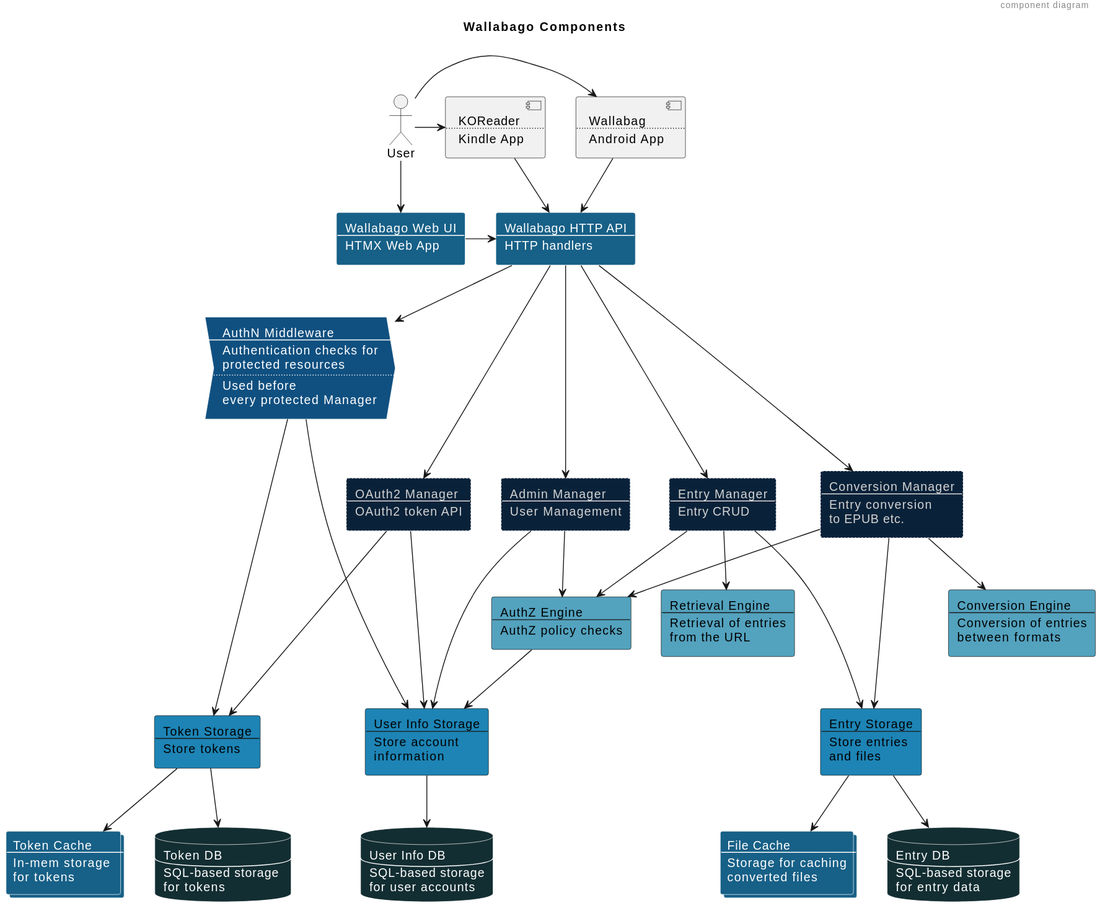
Earlier version of the PlantUML export docs/diagrams/dist/architecture-components.svg (xomiachuna/wallabago).
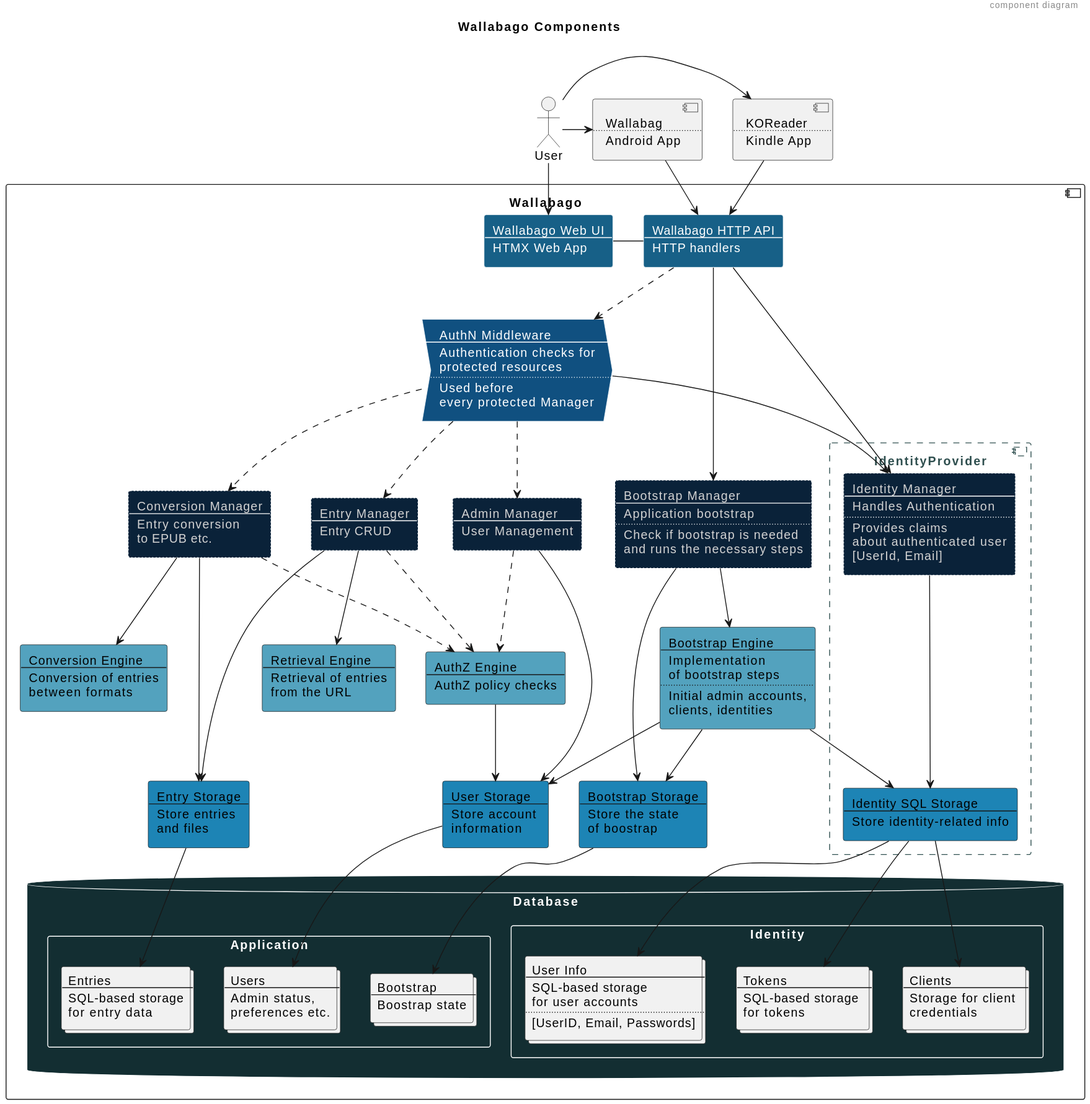
The same diagram one commit later.

Diff of the diagram source:
```diff
@@ -26,169 +26,226 @@
     Android App
 ]
 
-rectangle HTTPAPI #$API [
-    Wallabago HTTP API
-    ----
-    HTTP handlers
-]
+component Wallabago {
+    rectangle HTTPAPI #$API [
+        Wallabago HTTP API
+        ----
+        HTTP handlers
+    ]
 
-rectangle WebUI #$API [
-    Wallabago Web UI
-    ----
-    HTMX Web App
-]
+    rectangle WebUI #$API [
+        Wallabago Web UI
+        ----
+        HTMX Web App
+    ]
 
-process AuthNMiddleware #$Middleware [
-    AuthN Middleware
-    ----
-    Authentication checks for
-    protected resources
-    ....
-    Used before
-    every protected Manager
-]
+    process AuthNMiddleware #$Middleware [
+        AuthN Middleware
+        ----
+        Authentication checks for
+        protected resources
+        ....
+        Used before
+        every protected Manager
+    ]
 
-rectangle AdminManager #$Manager [
-    Admin Manager
-    ----
-    User Management
-]
-
-rectangle OAuth2Manager #$Manager [
-    OAuth2 Manager
-    ----
-    OAuth2 token API
-]
-
-rectangle EntryManager #$Manager [
-    Entry Manager
-    ----
-    Entry CRUD
-]
-
-rectangle ConversionManager #$Manager [
-    Conversion Manager
-    ----
-    Entry conversion
-    to EPUB etc.
-]
+    rectangle AdminManager #$Manager [
+        Admin Manager
+        ----
+        User Management
+    ]
 
 
-rectangle AuthZEngine #$Engine [
-    AuthZ Engine
-    ----
-    AuthZ policy checks
-]
+    rectangle EntryManager #$Manager [
+        Entry Manager
+        ----
+        Entry CRUD
+    ]
 
-rectangle RetrievalEngine #$Engine [
-    Retrieval Engine
-    ----
-    Retrieval of entries
-    from the URL
-]
+    rectangle ConversionManager #$Manager [
+        Conversion Manager
+        ----
+        Entry conversion
+        to EPUB etc.
+    ]
 
-rectangle ConversionEngine #$Engine [
-    Conversion Engine
-    ----
-    Conversion of entries
-    between formats
-]
+    rectangle BootstrapManager #$Manager [
+        Bootstrap Manager
+        ----
+        Application bootstrap
+        ....
+        Check if bootstrap is needed
+        and runs the necessary steps
+    ]
 
 
-rectangle TokenStorage #$Storage [
-    Token Storage
-    ----
-    Store tokens
-]
+    rectangle AuthZEngine #$Engine [
+        AuthZ Engine
+        ----
+        AuthZ policy checks
+    ]
 
-rectangle UserInfoStorage #$Storage [
-    User Info Storage
-    ----
-    Store account
-    information
-]
+    rectangle RetrievalEngine #$Engine [
+        Retrieval Engine
+        ----
+        Retrieval of entries
+        from the URL
+    ]
 
-rectangle EntryStorage #$Storage [
-    Entry Storage
-    ----
-    Store entries
-    and files
-]
+    rectangle ConversionEngine #$Engine [
+        Conversion Engine
+        ----
+        Conversion of entries
+        between formats
+    ]
+
+    rectangle BootstrapEngine #$Engine [
+        Bootstrap Engine
+        ----
+        Implementation
+        of bootstrap steps
+        ....
+        Initial admin accounts,
+        clients, identities
+    ]
 
 
-database UserInfoDB #$Persistence [
-    User Info DB
-    ----
-    SQL-based storage
-    for user accounts
-]
 
-database TokenDB #$Persistence [
-    Token DB
-    ----
-    SQL-based storage
-    for tokens
-]
+    rectangle UserStorage #$Storage [
+        User Storage
+        ----
+        Store account
+        information
+    ]
 
-collections TokenCache #$Cache [
-    Token Cache
-    ----
-    In-mem storage
-    for tokens
-]
+    rectangle EntryStorage #$Storage [
+        Entry Storage
+        ----
+        Store entries
+        and files
+    ]
+
+    rectangle BootstrapStorage #$Storage [
+        Bootstrap Storage
+        ----
+        Store the state
+        of boostrap
+    ]
 
 
-database EntriesDB #$Persistence [
-    Entry DB
-    ----
-    SQL-based storage
-    for entry data
-]
+    database Database #$Persistence {
+        rectangle Application #$Persistence {
+            collections Users [
+                Users
+                ----
+                Admin status,
+                preferences etc.
+            ]
 
-collections EntriesFileCache #$Cache [
-    File Cache
-    ----
-    Storage for caching
-    converted files
-]
+            collections Entries [
+                Entries
+                ----
+                SQL-based storage
+                for entry data
+            ]
+
+            collections Boostrap [
+                Bootstrap
+                ----
+                Boostrap state
+            ]
+        }
+
+        rectangle Identity #$Persistence {
+            collections UserInfo [
+                User Info
+                ----
+                SQL-based storage
+                for user accounts
+                ....
+                [UserID, Email, Passwords]
+            ]
+
+            collections Tokens  [
+                Tokens
+                ----
+                SQL-based storage
+                for tokens
+            ]
+
+            collections Clients [
+                Clients
+                ----
+                Storage for client
+                credentials
+            ]
+        }
+
+    }
+
+    component IdentityProvider #line.dashed;line:darkslategray;text:darkslategray{
+        rectangle IdentityManager #$Manager [
+            Identity Manager
+            ----
+            Handles Authentication
+            ....
+            Provides claims
+            about authenticated user
+            [UserId, Email]
+        ]
+
+        rectangle IdentityStorage #$Storage [
+            Identity SQL Storage
+            ----
+            Store identity-related info
+        ]
+
+    }
+}
+
 
 User -> KOReader
 KOReader --> HTTPAPI
 User --> WebUI
 User -> WallabagAndroid
 WallabagAndroid --> HTTPAPI
-WebUI -> HTTPAPI
+WebUI - HTTPAPI
 
-HTTPAPI --> AuthNMiddleware
-HTTPAPI ---> OAuth2Manager
-HTTPAPI ---> AdminManager
-HTTPAPI ---> ConversionManager
-HTTPAPI ---> EntryManager
+HTTPAPI ..> AuthNMiddleware
+HTTPAPI ---> IdentityManager
+HTTPAPI ---> BootstrapManager
 
-AuthNMiddleware ----> TokenStorage
-AuthNMiddleware ----> UserInfoStorage
+AuthNMiddleware --> IdentityManager
+AuthNMiddleware ..> EntryManager
+AuthNMiddleware ..> ConversionManager
+AuthNMiddleware ..> AdminManager
+
+BootstrapManager ---> BootstrapStorage
+BootstrapManager --> BootstrapEngine
 
 EntryManager --> RetrievalEngine
-EntryManager --> AuthZEngine
+EntryManager ..> AuthZEngine
 EntryManager ---> EntryStorage
 
-OAuth2Manager ---> TokenStorage
-OAuth2Manager ---> UserInfoStorage
-
-AdminManager --> AuthZEngine
-AdminManager ---> UserInfoStorage
+AdminManager ..> AuthZEngine
+AdminManager ---> UserStorage
 
 ConversionManager --> ConversionEngine
-ConversionManager --> AuthZEngine
+ConversionManager ..> AuthZEngine
 ConversionManager ---> EntryStorage
 
-AuthZEngine --> UserInfoStorage
+AuthZEngine --> UserStorage
+BootstrapEngine --> BootstrapStorage
+BootstrapEngine --> IdentityStorage
+BootstrapEngine --> UserStorage
 
-EntryStorage --> EntriesFileCache
-EntryStorage --> EntriesDB
+EntryStorage --> Entries
+BootstrapStorage --> Boostrap
+UserStorage --> Users
 
-UserInfoStorage --> UserInfoDB
 
-TokenStorage --> TokenDB
-TokenStorage --> TokenCache
+IdentityManager ---> IdentityStorage
+IdentityStorage --> UserInfo
+IdentityStorage --> Clients
+IdentityStorage --> Tokens
 @enduml
```
